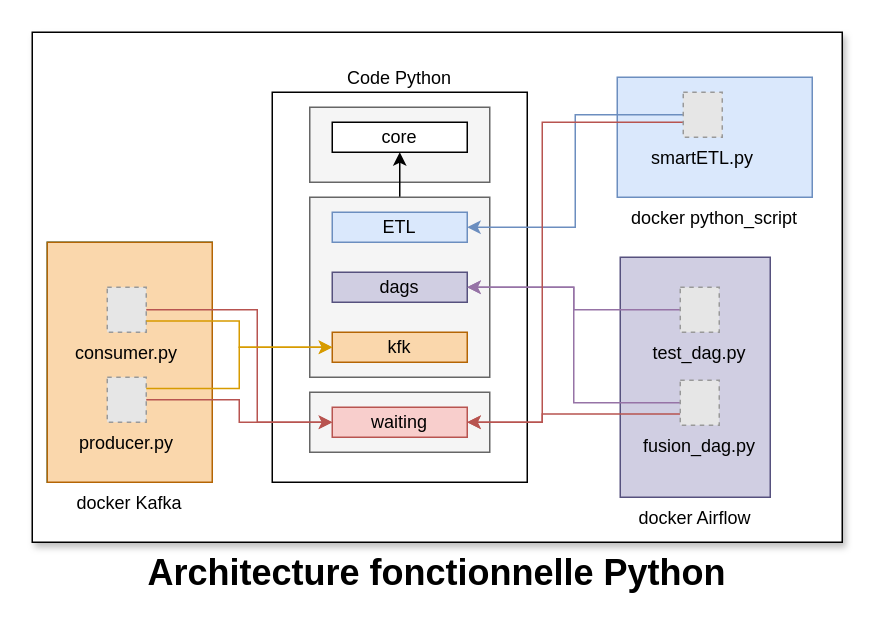
This is page "python" (3 of 8) of doc/schemas/schema-composants.drawio from AntoineValette/projet_industriel, a draw.io file, before an edit. Source tidied: cells renumbered, new cells numbered last; positions are measured from the earlier drawing's top-left corner, leaving out a move shared by most shapes. Both pictures are drawn from the tidied source at 150%, with x=0, y=0 at pixel (32, 32). Pictures stored in the file or linked from it are replaced by grey dashed boxes.
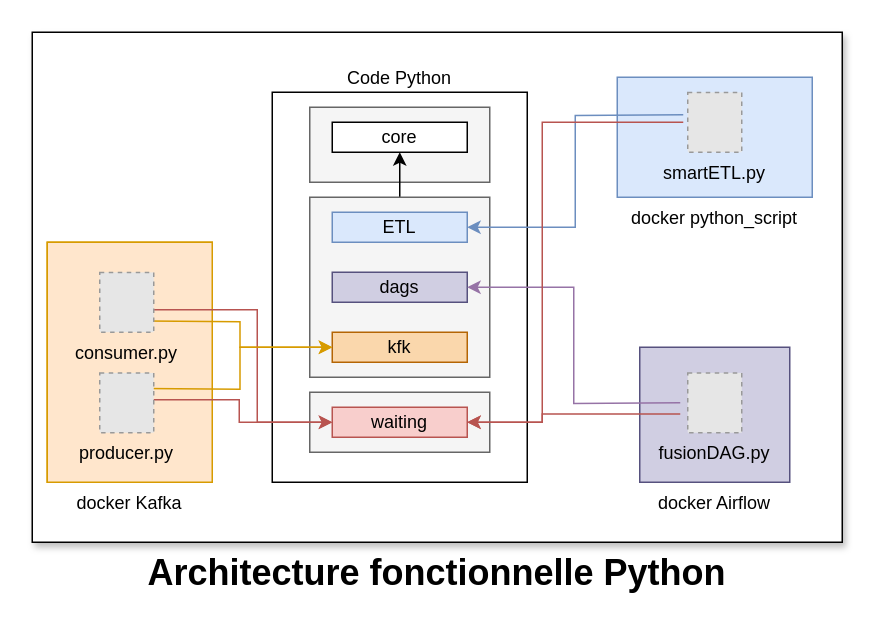
Above is the later version.

Unchanged cells that the change refers to:
```xml
<mxCell id="2" style="group;" parent="1" vertex="1">
  <mxGeometry width="540" height="380" as="geometry" />
</mxCell>
```

Diff of the diagram source:
```diff
@@
-    <mxCell id="5" style="group;" parent="2" vertex="1">
-      <mxGeometry x="10" y="30" width="510" height="330" as="geometry" />
-    </mxCell>
-    <mxCell id="6" value="Code Python" style="rounded=0;whiteSpace=wrap;html=1;labelPosition=center;verticalLabelPosition=top;align=center;verticalAlign=bottom;" parent="5" vertex="1">
-      <mxGeometry x="150" y="10" width="170" height="260" as="geometry" />
+    <mxCell id="6" value="Code Python" style="rounded=0;whiteSpace=wrap;html=1;labelPosition=center;verticalLabelPosition=top;align=center;verticalAlign=bottom;" parent="2" vertex="1">
+      <mxGeometry x="160" y="40" width="170" height="260" as="geometry" />
     </mxCell>
-    <mxCell id="7" style="rounded=0;whiteSpace=wrap;html=1;fillColor=#f5f5f5;strokeColor=#666666;fontColor=#333333;" parent="5" vertex="1">
-      <mxGeometry x="175" y="20" width="120" height="50" as="geometry" />
+    <mxCell id="7" style="rounded=0;whiteSpace=wrap;html=1;fillColor=#f5f5f5;strokeColor=#666666;fontColor=#333333;" parent="2" vertex="1">
+      <mxGeometry x="185" y="50" width="120" height="50" as="geometry" />
     </mxCell>
-    <mxCell id="8" style="rounded=0;whiteSpace=wrap;html=1;fillColor=#f5f5f5;strokeColor=#666666;fontColor=#333333;" parent="5" vertex="1">
-      <mxGeometry x="175" y="210" width="120" height="40" as="geometry" />
+    <mxCell id="8" style="rounded=0;whiteSpace=wrap;html=1;fillColor=#f5f5f5;strokeColor=#666666;fontColor=#333333;" parent="2" vertex="1">
+      <mxGeometry x="185" y="240" width="120" height="40" as="geometry" />
     </mxCell>
-    <mxCell id="9" style="edgeStyle=orthogonalEdgeStyle;rounded=0;jettySize=auto;html=1;entryX=0.5;entryY=1;entryDx=0;entryDy=0;" parent="5" edge="1" source="10" target="11">
+    <mxCell id="9" style="edgeStyle=orthogonalEdgeStyle;rounded=0;jettySize=auto;html=1;entryX=0.5;entryY=1;entryDx=0;entryDy=0;" parent="2" edge="1" source="10" target="11">
       <mxGeometry relative="1" as="geometry" />
     </mxCell>
-    <mxCell id="10" style="rounded=0;whiteSpace=wrap;html=1;fillColor=#f5f5f5;strokeColor=#666666;fontColor=#333333;" parent="5" vertex="1">
-      <mxGeometry x="175" y="80" width="120" height="120" as="geometry" />
+    <mxCell id="10" style="rounded=0;whiteSpace=wrap;html=1;fillColor=#f5f5f5;strokeColor=#666666;fontColor=#333333;" parent="2" vertex="1">
+      <mxGeometry x="185" y="110" width="120" height="120" as="geometry" />
     </mxCell>
-    <mxCell id="11" value="core" style="whiteSpace=wrap;html=1;" parent="5" vertex="1">
-      <mxGeometry x="190" y="30" width="90" height="20" as="geometry" />
+    <mxCell id="11" value="core" style="whiteSpace=wrap;html=1;" parent="2" vertex="1">
+      <mxGeometry x="200" y="60" width="90" height="20" as="geometry" />
     </mxCell>
-    <mxCell id="12" value="ETL" style="whiteSpace=wrap;html=1;fillColor=#dae8fc;strokeColor=#6c8ebf;" parent="5" vertex="1">
-      <mxGeometry x="190" y="90" width="90" height="20" as="geometry" />
+    <mxCell id="12" value="ETL" style="whiteSpace=wrap;html=1;fillColor=#dae8fc;strokeColor=#6c8ebf;" parent="2" vertex="1">
+      <mxGeometry x="200" y="120" width="90" height="20" as="geometry" />
     </mxCell>
-    <mxCell id="13" value="dags" style="whiteSpace=wrap;html=1;fillColor=#d0cee2;strokeColor=#56517e;" parent="5" vertex="1">
-      <mxGeometry x="190" y="130" width="90" height="20" as="geometry" />
+    <mxCell id="13" value="dags" style="whiteSpace=wrap;html=1;fillColor=#d0cee2;strokeColor=#56517e;" parent="2" vertex="1">
+      <mxGeometry x="200" y="160" width="90" height="20" as="geometry" />
     </mxCell>
-    <mxCell id="14" value="kfk" style="whiteSpace=wrap;html=1;fillColor=#fad7ac;strokeColor=#b46504;" parent="5" vertex="1">
-      <mxGeometry x="190" y="170" width="90" height="20" as="geometry" />
+    <mxCell id="14" value="kfk" style="whiteSpace=wrap;html=1;fillColor=#fad7ac;strokeColor=#b46504;" parent="2" vertex="1">
+      <mxGeometry x="200" y="200" width="90" height="20" as="geometry" />
     </mxCell>
-    <mxCell id="15" value="waiting" style="whiteSpace=wrap;html=1;fillColor=#f8cecc;strokeColor=#b85450;" parent="5" vertex="1">
-      <mxGeometry x="190" y="220" width="90" height="20" as="geometry" />
+    <mxCell id="15" value="waiting" style="whiteSpace=wrap;html=1;fillColor=#f8cecc;strokeColor=#b85450;" parent="2" vertex="1">
+      <mxGeometry x="200" y="250" width="90" height="20" as="geometry" />
     </mxCell>
-    <mxCell id="16" value="docker Airflow" style="whiteSpace=wrap;html=1;labelPosition=center;verticalLabelPosition=bottom;align=center;verticalAlign=top;fillColor=#d0cee2;strokeColor=#56517e;" parent="5" vertex="1">
-      <mxGeometry x="382" y="120" width="100" height="160" as="geometry" />
+    <mxCell id="16" value="docker Airflow" style="whiteSpace=wrap;html=1;labelPosition=center;verticalLabelPosition=bottom;align=center;verticalAlign=top;fillColor=#d0cee2;strokeColor=#56517e;" parent="2" vertex="1">
+      <mxGeometry x="405" y="210" width="100" height="90" as="geometry" />
     </mxCell>
-    <mxCell id="17" style="edgeStyle=orthogonalEdgeStyle;rounded=0;jettySize=auto;html=1;entryX=1;entryY=0.5;entryDx=0;entryDy=0;strokeColor=#9673a6;fillColor=#e1d5e7;" parent="5" edge="1" source="18" target="13">
-      <mxGeometry relative="1" as="geometry" />
-    </mxCell>
-    <mxCell id="18" value="test_dag.py" style="fillColor=#E6E6E6;strokeColor=#999999;dashed=1;verticalLabelPosition=bottom;labelBackgroundColor=none;verticalAlign=top;" parent="5" vertex="1">
-      <mxGeometry x="422" y="140" width="26" height="30" as="geometry" />
-    </mxCell>
-    <mxCell id="19" style="edgeStyle=orthogonalEdgeStyle;rounded=0;jettySize=auto;html=1;entryX=1;entryY=0.5;entryDx=0;entryDy=0;strokeColor=#9673a6;fillColor=#e1d5e7;" parent="5" edge="1" source="21" target="13">
-      <mxGeometry relative="1" as="geometry" />
+    <mxCell id="19" style="edgeStyle=orthogonalEdgeStyle;rounded=0;jettySize=auto;html=1;entryX=1;entryY=0.5;entryDx=0;entryDy=0;strokeColor=#9673a6;fillColor=#e1d5e7;" parent="2" edge="1" target="13">
+      <mxGeometry relative="1" as="geometry">
+        <mxPoint x="432" y="247" as="sourcePoint" />
+      </mxGeometry>
     </mxCell>
-    <mxCell id="20" style="edgeStyle=orthogonalEdgeStyle;rounded=0;jettySize=auto;html=1;entryX=1;entryY=0.5;entryDx=0;entryDy=0;fontColor=#3333FF;strokeColor=#b85450;exitX=0;exitY=0.75;exitDx=0;exitDy=0;fillColor=#f8cecc;" parent="5" edge="1" source="21" target="15">
+    <mxCell id="20" style="edgeStyle=orthogonalEdgeStyle;rounded=0;jettySize=auto;html=1;entryX=1;entryY=0.5;entryDx=0;entryDy=0;fontColor=#3333FF;strokeColor=#b85450;exitX=0;exitY=0.75;exitDx=0;exitDy=0;fillColor=#f8cecc;" parent="2" edge="1" target="15">
       <mxGeometry relative="1" as="geometry">
+        <mxPoint x="432" y="254.5" as="sourcePoint" />
         <Array as="points">
-          <mxPoint x="330" y="225" />
-          <mxPoint x="330" y="230" />
+          <mxPoint x="340" y="255" />
+          <mxPoint x="340" y="260" />
         </Array>
       </mxGeometry>
     </mxCell>
-    <mxCell id="21" value="fusion_dag.py" style="fillColor=#E6E6E6;strokeColor=#999999;dashed=1;verticalLabelPosition=bottom;labelBackgroundColor=none;verticalAlign=top;" parent="5" vertex="1">
-      <mxGeometry x="422" y="202" width="26" height="30" as="geometry" />
-    </mxCell>
-    <mxCell id="22" value="docker python_script" style="whiteSpace=wrap;html=1;labelPosition=center;verticalLabelPosition=bottom;align=center;verticalAlign=top;fillColor=#dae8fc;strokeColor=#6c8ebf;" parent="5" vertex="1">
-      <mxGeometry x="380" width="130" height="80" as="geometry" />
+    <mxCell id="22" value="docker python_script" style="whiteSpace=wrap;html=1;labelPosition=center;verticalLabelPosition=bottom;align=center;verticalAlign=top;fillColor=#dae8fc;strokeColor=#6c8ebf;" parent="2" vertex="1">
+      <mxGeometry x="390" y="30" width="130" height="80" as="geometry" />
     </mxCell>
-    <mxCell id="23" style="edgeStyle=orthogonalEdgeStyle;rounded=0;jettySize=auto;html=1;entryX=1;entryY=0.5;entryDx=0;entryDy=0;strokeColor=#6c8ebf;fillColor=#dae8fc;" parent="5" edge="1" source="25" target="12">
-      <mxGeometry relative="1" as="geometry" />
+    <mxCell id="23" style="edgeStyle=orthogonalEdgeStyle;rounded=0;jettySize=auto;html=1;entryX=1;entryY=0.5;entryDx=0;entryDy=0;strokeColor=#6c8ebf;fillColor=#dae8fc;" parent="2" edge="1" target="12">
+      <mxGeometry relative="1" as="geometry">
+        <mxPoint x="434" y="55" as="sourcePoint" />
+      </mxGeometry>
     </mxCell>
-    <mxCell id="24" style="edgeStyle=orthogonalEdgeStyle;rounded=0;jettySize=auto;html=1;entryX=1;entryY=0.5;entryDx=0;entryDy=0;fontColor=#3333FF;strokeColor=#b85450;fillColor=#f8cecc;" parent="5" edge="1" source="25" target="15">
+    <mxCell id="24" style="edgeStyle=orthogonalEdgeStyle;rounded=0;jettySize=auto;html=1;entryX=1;entryY=0.5;entryDx=0;entryDy=0;fontColor=#3333FF;strokeColor=#b85450;fillColor=#f8cecc;" parent="2" edge="1" target="15">
       <mxGeometry relative="1" as="geometry">
+        <mxPoint x="434" y="60" as="sourcePoint" />
         <Array as="points">
-          <mxPoint x="330" y="30" />
-          <mxPoint x="330" y="230" />
+          <mxPoint x="340" y="60" />
+          <mxPoint x="340" y="260" />
         </Array>
       </mxGeometry>
     </mxCell>
-    <mxCell id="25" value="smartETL.py" style="fillColor=#E6E6E6;strokeColor=#999999;dashed=1;verticalLabelPosition=bottom;labelBackgroundColor=none;verticalAlign=top;" parent="5" vertex="1">
-      <mxGeometry x="424" y="10" width="26" height="30" as="geometry" />
-    </mxCell>
+    <mxCell id="27" value="docker Kafka" style="whiteSpace=wrap;html=1;labelPosition=center;verticalLabelPosition=bottom;align=center;verticalAlign=top;fillColor=#ffe6cc;strokeColor=#d79b00;" parent="2" vertex="1">
+      <mxGeometry x="10" y="140" width="110" height="160" as="geometry" />
+    </mxCell>
-    <mxCell id="26" style="group;fillColor=#b0e3e6;strokeColor=#0e8088;" parent="5" vertex="1">
-      <mxGeometry y="110" width="110" height="160" as="geometry" />
+    <mxCell id="26" style="group;fillColor=#ffe6cc;strokeColor=#d79b00;" parent="2" vertex="1">
+      <mxGeometry x="10" y="140" width="110" height="160" as="geometry" />
     </mxCell>
-    <mxCell id="27" value="docker Kafka" style="whiteSpace=wrap;html=1;labelPosition=center;verticalLabelPosition=bottom;align=center;verticalAlign=top;fillColor=#fad7ac;strokeColor=#b46504;" parent="26" vertex="1">
-      <mxGeometry width="110" height="160" as="geometry" />
-    </mxCell>
-    <mxCell id="28" value="consumer.py" style="fillColor=#E6E6E6;strokeColor=#999999;dashed=1;verticalLabelPosition=bottom;labelBackgroundColor=none;verticalAlign=top;" parent="26" vertex="1">
-      <mxGeometry x="40" y="30" width="26" height="30" as="geometry" />
-    </mxCell>
-    <mxCell id="29" value="producer.py" style="fillColor=#E6E6E6;strokeColor=#999999;dashed=1;verticalLabelPosition=bottom;labelBackgroundColor=none;verticalAlign=top;" parent="26" vertex="1">
-      <mxGeometry x="40" y="90" width="26" height="30" as="geometry" />
-    </mxCell>
-    <mxCell id="30" style="edgeStyle=orthogonalEdgeStyle;rounded=0;jettySize=auto;html=1;entryX=0;entryY=0.5;entryDx=0;entryDy=0;exitX=1;exitY=0.75;exitDx=0;exitDy=0;fillColor=#ffe6cc;strokeColor=#d79b00;" parent="5" edge="1" source="28" target="14">
-      <mxGeometry relative="1" as="geometry" />
+    <mxCell id="30" style="edgeStyle=orthogonalEdgeStyle;rounded=0;jettySize=auto;html=1;entryX=0;entryY=0.5;entryDx=0;entryDy=0;exitX=1;exitY=0.75;exitDx=0;exitDy=0;fillColor=#ffe6cc;strokeColor=#d79b00;" parent="2" edge="1" target="14">
+      <mxGeometry relative="1" as="geometry">
+        <mxPoint x="76" y="192.5" as="sourcePoint" />
+      </mxGeometry>
     </mxCell>
-    <mxCell id="31" style="edgeStyle=orthogonalEdgeStyle;rounded=0;jettySize=auto;html=1;strokeColor=#b85450;fillColor=#f8cecc;" parent="5" edge="1" source="28">
+    <mxCell id="31" style="edgeStyle=orthogonalEdgeStyle;rounded=0;orthogonalLoop=1;jettySize=auto;html=1;strokeColor=#b85450;fillColor=#f8cecc;" parent="2" edge="1">
       <mxGeometry relative="1" as="geometry">
-        <mxPoint x="190" y="230" as="targetPoint" />
+        <mxPoint x="76" y="185" as="sourcePoint" />
+        <mxPoint x="200" y="260" as="targetPoint" />
         <Array as="points">
-          <mxPoint x="140" y="155" />
-          <mxPoint x="140" y="230" />
-          <mxPoint x="190" y="230" />
+          <mxPoint x="150" y="185" />
+          <mxPoint x="150" y="260" />
+          <mxPoint x="200" y="260" />
         </Array>
       </mxGeometry>
     </mxCell>
-    <mxCell id="32" style="edgeStyle=orthogonalEdgeStyle;rounded=0;jettySize=auto;html=1;entryX=0;entryY=0.5;entryDx=0;entryDy=0;strokeColor=#d79b00;labelBackgroundColor=#000000;exitX=1;exitY=0.25;exitDx=0;exitDy=0;fillColor=#ffe6cc;" parent="5" edge="1" source="29" target="14">
-      <mxGeometry relative="1" as="geometry" />
+    <mxCell id="32" style="edgeStyle=orthogonalEdgeStyle;rounded=0;jettySize=auto;html=1;entryX=0;entryY=0.5;entryDx=0;entryDy=0;strokeColor=#d79b00;labelBackgroundColor=#000000;exitX=1;exitY=0.25;exitDx=0;exitDy=0;fillColor=#ffe6cc;" parent="2" edge="1" target="14">
+      <mxGeometry relative="1" as="geometry">
+        <mxPoint x="76" y="237.5" as="sourcePoint" />
+      </mxGeometry>
     </mxCell>
-    <mxCell id="33" style="edgeStyle=orthogonalEdgeStyle;rounded=0;jettySize=auto;html=1;strokeColor=#b85450;fillColor=#f8cecc;" parent="5" edge="1" source="29">
+    <mxCell id="33" style="edgeStyle=orthogonalEdgeStyle;rounded=0;orthogonalLoop=1;jettySize=auto;html=1;strokeColor=#b85450;fillColor=#f8cecc;" parent="2" edge="1">
       <mxGeometry relative="1" as="geometry">
-        <mxPoint x="190" y="230" as="targetPoint" />
+        <mxPoint x="76" y="245" as="sourcePoint" />
+        <mxPoint x="200" y="260" as="targetPoint" />
         <Array as="points">
-          <mxPoint x="128" y="215" />
-          <mxPoint x="128" y="230" />
-          <mxPoint x="190" y="230" />
+          <mxPoint x="138" y="245" />
+          <mxPoint x="138" y="260" />
+          <mxPoint x="200" y="260" />
         </Array>
       </mxGeometry>
     </mxCell>
+    <mxCell id="28" value="consumer.py" style="fillColor=#E6E6E6;strokeColor=#999999;dashed=1;verticalLabelPosition=bottom;labelBackgroundColor=none;verticalAlign=top;" parent="2" vertex="1">
+      <mxGeometry x="45" y="160.1" width="36" height="39.9" as="geometry" />
+    </mxCell>
+    <mxCell id="29" value="producer.py" style="fillColor=#E6E6E6;strokeColor=#999999;dashed=1;verticalLabelPosition=bottom;labelBackgroundColor=none;verticalAlign=top;fontColor=default;" parent="2" vertex="1">
+      <mxGeometry x="45" y="227.1" width="36" height="39.9" as="geometry" />
+    </mxCell>
+    <mxCell id="25" value="smartETL.py" style="fillColor=#E6E6E6;strokeColor=#999999;dashed=1;verticalLabelPosition=bottom;labelBackgroundColor=none;verticalAlign=top;" parent="2" vertex="1">
+      <mxGeometry x="437" y="40.1" width="36" height="39.9" as="geometry" />
+    </mxCell>
+    <mxCell id="34" value="fusionDAG.py" style="fillColor=#E6E6E6;strokeColor=#999999;dashed=1;verticalLabelPosition=bottom;labelBackgroundColor=none;verticalAlign=top;" parent="2" vertex="1">
+      <mxGeometry x="437" y="227.1" width="36" height="39.9" as="geometry" />
+    </mxCell>
```
